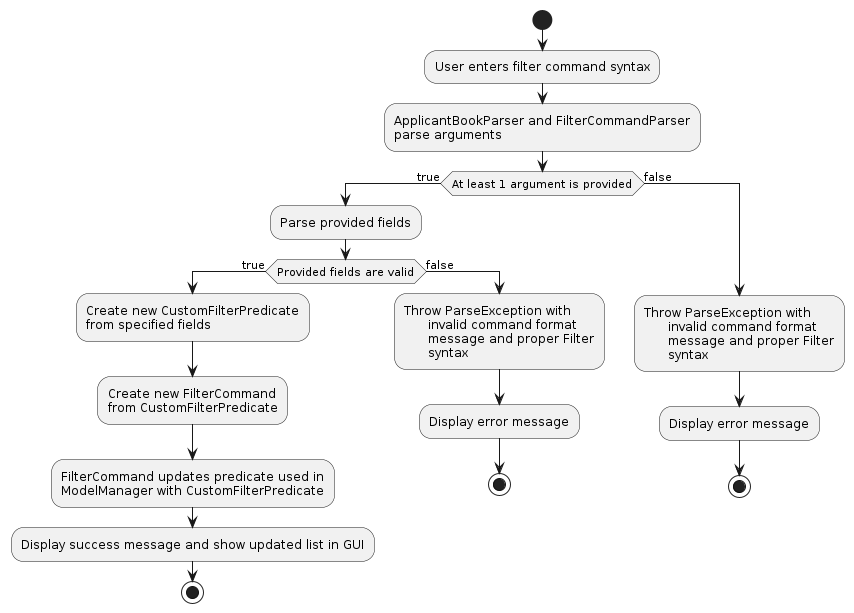
Before: diagrams/FilterCommandActivityDiagram.png, a diagram exported from PlantUML (craigtonlian/tp). Its source is kept beside it as diagrams/FilterCommandActivityDiagram.puml.
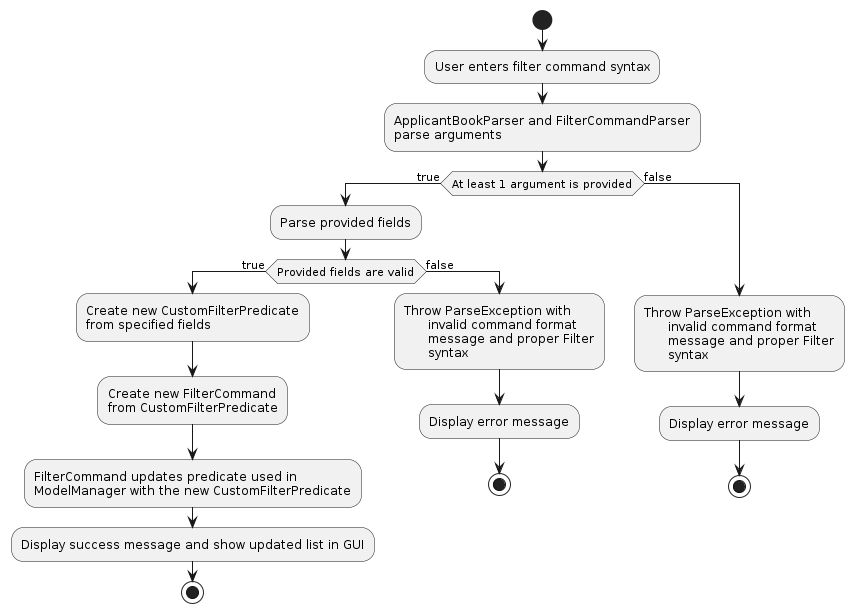
The same file after the commit.

The edit, as a diff of the source:
```diff
@@ -12,7 +12,7 @@
       :Create new FilterCommand
       from CustomFilterPredicate;
       :FilterCommand updates predicate used in
-      ModelManager with CustomFilterPredicate;
+      ModelManager with the new CustomFilterPredicate;
       :Display success message and show updated list in GUI;
       stop
   else (false)
```
